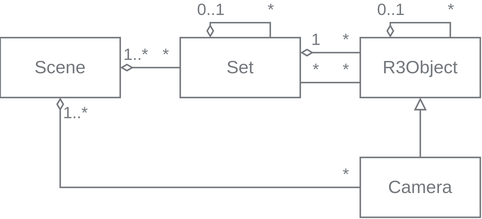
Before: wiki/MetaSceneGraph.svg, a diagram exported from draw.io (YoanWithY/kayo). Source tidied: cells renumbered, new cells last; positions are measured from the earlier drawing's top-left corner, leaving out a move shared by most shapes.
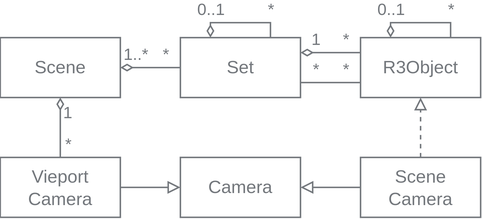
After the change.

Change to the diagram source:
```diff
@@ -89,28 +89,41 @@
         <mxPoint x="-3" y="1" as="offset" />
       </mxGeometry>
     </mxCell>
-    <mxCell id="20" style="edgeStyle=orthogonalEdgeStyle;html=1;exitX=0.5;exitY=0;exitDx=0;exitDy=0;strokeColor=#74787d;endArrow=block;endFill=0;rounded=0;" parent="1" edge="1" source="21" target="6">
-      <mxGeometry relative="1" as="geometry" />
-    </mxCell>
     <mxCell id="21" value="Camera" style="whiteSpace=wrap;html=1;align=center;fillColor=none;fontColor=#74787D;strokeColor=#74787D;labelBackgroundColor=none;" parent="1" vertex="1">
-      <mxGeometry x="240" y="90" width="80" height="40" as="geometry" />
+      <mxGeometry x="120" y="90" width="80" height="40" as="geometry" />
     </mxCell>
-    <mxCell id="22" style="edgeStyle=orthogonalEdgeStyle;fontSize=12;html=1;endArrow=none;startArrow=diamondThin;rounded=0;startFill=0;fontColor=#74787D;strokeColor=#74787D;endFill=0;" parent="1" edge="1" source="2" target="21">
+    <mxCell id="22" style="edgeStyle=orthogonalEdgeStyle;fontSize=12;html=1;endArrow=none;startArrow=diamondThin;rounded=0;startFill=0;fontColor=#74787D;strokeColor=#74787D;endFill=0;" parent="1" edge="1" source="2" target="25">
       <mxGeometry relative="1" as="geometry">
         <Array as="points">
-          <mxPoint x="40" y="110" />
+          <mxPoint x="30" y="110" />
+          <mxPoint x="30" y="110" />
         </Array>
       </mxGeometry>
     </mxCell>
-    <mxCell id="23" value="1..*" style="edgeLabel;html=1;align=left;verticalAlign=middle;fontColor=#74787D;labelBackgroundColor=none;" parent="22" vertex="1">
+    <mxCell id="23" value="1" style="edgeLabel;html=1;align=left;verticalAlign=middle;fontColor=#74787D;labelBackgroundColor=none;" parent="22" vertex="1">
       <mxGeometry x="-0.65" relative="1" as="geometry">
-        <mxPoint y="-35" as="offset" />
+        <mxPoint y="3" as="offset" />
       </mxGeometry>
     </mxCell>
     <mxCell id="24" value="*" style="edgeLabel;align=center;verticalAlign=bottom;fontSize=11;fontFamily=Helvetica;fontColor=#74787d;labelBackgroundColor=none;labelBorderColor=none;html=1;" parent="22" vertex="1">
       <mxGeometry x="0.92" y="1" relative="1" as="geometry">
-        <mxPoint y="1" as="offset" />
+        <mxPoint x="4" y="1" as="offset" />
       </mxGeometry>
     </mxCell>
+    <mxCell id="25" value="Vieport&lt;br&gt;Camera" style="whiteSpace=wrap;html=1;align=center;fillColor=none;fontColor=#74787D;strokeColor=#74787D;labelBackgroundColor=none;" parent="1" vertex="1">
+      <mxGeometry y="90" width="80" height="40" as="geometry" />
+    </mxCell>
+    <mxCell id="26" style="edgeStyle=orthogonalEdgeStyle;html=1;strokeColor=#74787d;endArrow=block;endFill=0;rounded=0;" parent="1" edge="1" source="25" target="21">
+      <mxGeometry relative="1" as="geometry" />
+    </mxCell>
+    <mxCell id="27" style="edgeStyle=orthogonalEdgeStyle;shape=connector;rounded=0;html=1;labelBackgroundColor=default;strokeColor=#74787d;fontFamily=Helvetica;fontSize=11;fontColor=#74787d;endArrow=block;endFill=0;" parent="1" edge="1" source="29" target="21">
+      <mxGeometry relative="1" as="geometry" />
+    </mxCell>
+    <mxCell id="28" style="edgeStyle=orthogonalEdgeStyle;shape=connector;rounded=0;html=1;entryX=0.5;entryY=1;entryDx=0;entryDy=0;labelBackgroundColor=default;strokeColor=#74787d;fontFamily=Helvetica;fontSize=11;fontColor=#74787d;endArrow=block;endFill=0;dashed=1;" parent="1" edge="1" source="29" target="6">
+      <mxGeometry relative="1" as="geometry" />
+    </mxCell>
+    <mxCell id="29" value="Scene&lt;br&gt;Camera" style="whiteSpace=wrap;html=1;align=center;fillColor=none;fontColor=#74787D;strokeColor=#74787D;labelBackgroundColor=none;" parent="1" vertex="1">
+      <mxGeometry x="240" y="90" width="80" height="40" as="geometry" />
+    </mxCell>
   </root>
 </mxGraphModel>
```
